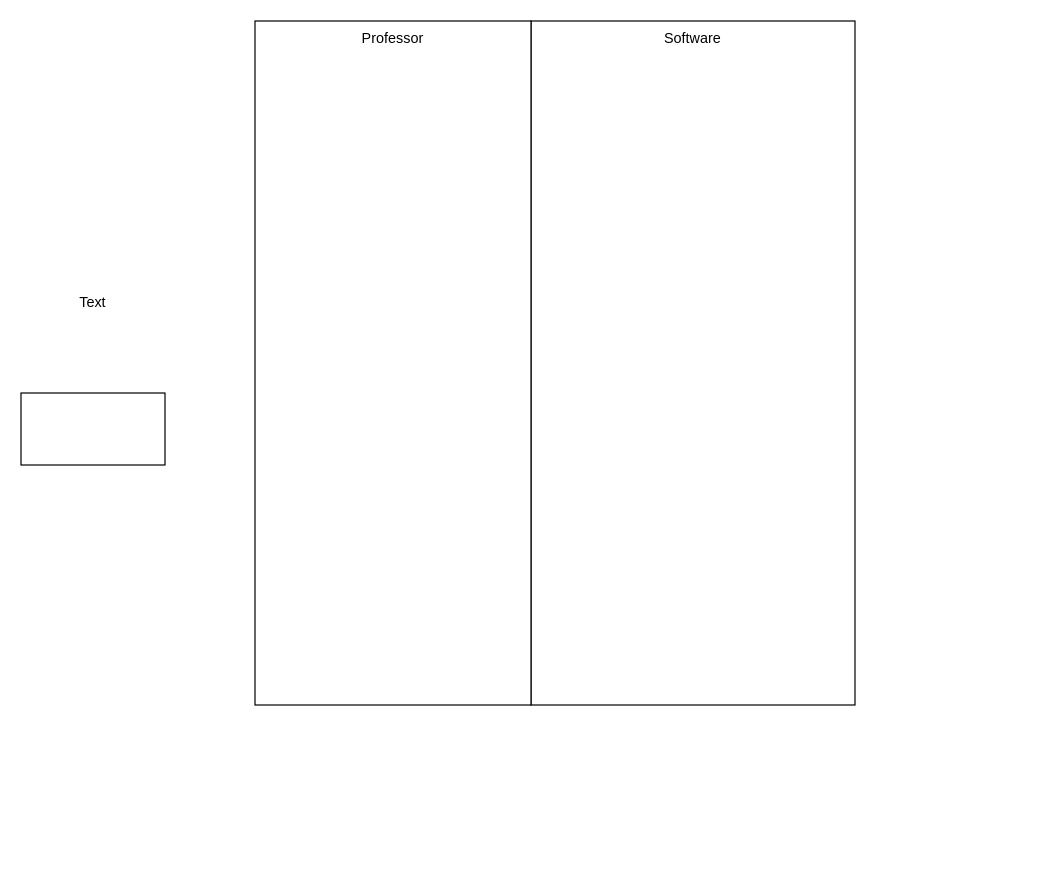
bruniculos08/AMS0001 keeps this draw.io diagram as Questão 01 - P2.drawio. Above is the earlier version. Source tidied: cells renumbered, new cells numbered last; positions are measured from the earlier drawing's top-left corner, leaving out a move shared by most shapes. Both pictures are drawn from the tidied source at 120%, with x=0, y=0 at pixel (20, 20).
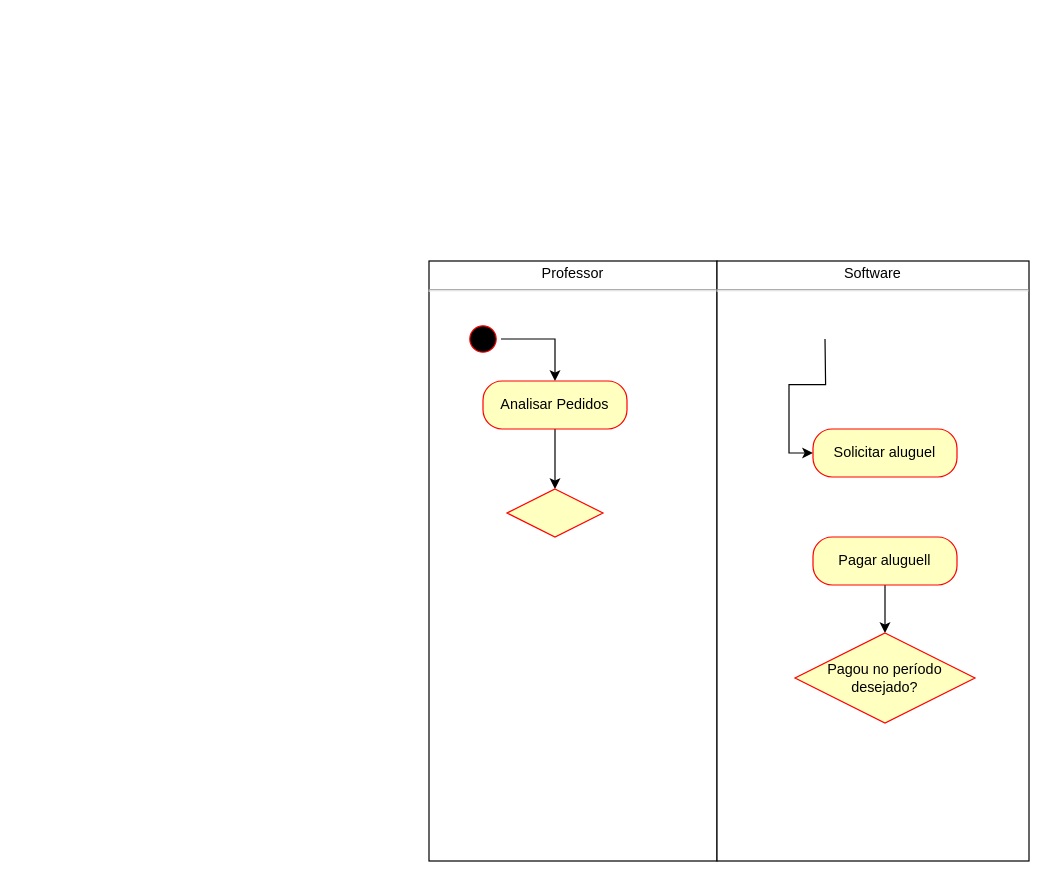
Above is the later version.

The edit, as a diff of the source:
```diff
@@
 <mxGraphModel>
   <root>
     <mxCell id="0" />
     <mxCell id="1" parent="0" />
-    <mxCell id="2" style="rounded=0;whiteSpace=wrap;html=1;" parent="1" vertex="1">
-      <mxGeometry y="310" width="120" height="60" as="geometry" />
-    </mxCell>
-    <mxCell id="3" style="rounded=0;whiteSpace=wrap;html=1;" parent="1" vertex="1">
-      <mxGeometry x="425" width="270" height="570" as="geometry" />
-    </mxCell>
-    <mxCell id="4" style="rounded=0;whiteSpace=wrap;html=1;" parent="1" vertex="1">
-      <mxGeometry x="195" width="230" height="570" as="geometry" />
-    </mxCell>
-    <mxCell id="5" value="Text" style="text;html=1;strokeColor=none;fillColor=none;align=center;verticalAlign=middle;whiteSpace=wrap;rounded=0;" parent="1" vertex="1">
-      <mxGeometry x="30" y="220" width="60" height="30" as="geometry" />
-    </mxCell>
-    <mxCell id="6" value="Professor" style="text;html=1;strokeColor=none;fillColor=none;align=center;verticalAlign=middle;whiteSpace=wrap;rounded=0;" parent="1" vertex="1">
-      <mxGeometry x="280" width="60" height="30" as="geometry" />
+    <mxCell id="6" value="&lt;p style=&quot;margin: 4px 0px 0px ; text-align: center&quot;&gt;Professor&lt;/p&gt;&lt;hr&gt;&lt;p style=&quot;margin: 0px ; margin-left: 8px&quot;&gt;&lt;br&gt;&lt;/p&gt;" style="verticalAlign=top;align=left;overflow=fill;fontSize=12;fontFamily=Helvetica;html=1;" parent="1" vertex="1">
+      <mxGeometry x="340" y="200" width="240" height="500" as="geometry" />
     </mxCell>
-    <mxCell id="7" value="Software" style="text;html=1;strokeColor=none;fillColor=none;align=center;verticalAlign=middle;whiteSpace=wrap;rounded=0;" parent="1" vertex="1">
-      <mxGeometry x="530" width="60" height="30" as="geometry" />
+    <mxCell id="7" value="&lt;p style=&quot;margin: 4px 0px 0px ; text-align: center&quot;&gt;Software&lt;/p&gt;&lt;hr&gt;&lt;p style=&quot;margin: 0px ; margin-left: 8px&quot;&gt;&lt;br&gt;&lt;/p&gt;" style="verticalAlign=top;align=left;overflow=fill;fontSize=12;fontFamily=Helvetica;html=1;" parent="1" vertex="1">
+      <mxGeometry x="580" y="200" width="260" height="500" as="geometry" />
     </mxCell>
+    <mxCell id="8" style="edgeStyle=orthogonalEdgeStyle;rounded=0;jettySize=auto;html=1;entryX=0;entryY=0.5;entryDx=0;entryDy=0;" parent="1" edge="1" target="11">
+      <mxGeometry relative="1" as="geometry">
+        <mxPoint x="670" y="265" as="sourcePoint" />
+      </mxGeometry>
+    </mxCell>
+    <mxCell id="9" style="edgeStyle=orthogonalEdgeStyle;rounded=0;jettySize=auto;html=1;exitX=1;exitY=0.5;exitDx=0;exitDy=0;entryX=0.5;entryY=0;entryDx=0;entryDy=0;" parent="1" edge="1" source="10" target="13">
+      <mxGeometry relative="1" as="geometry" />
+    </mxCell>
+    <mxCell id="10" style="ellipse;html=1;shape=startState;fillColor=#000000;strokeColor=#ff0000;" parent="1" vertex="1">
+      <mxGeometry x="370" y="250" width="30" height="30" as="geometry" />
+    </mxCell>
+    <mxCell id="11" value="Solicitar aluguel" style="rounded=1;whiteSpace=wrap;html=1;arcSize=40;fontColor=#000000;fillColor=#ffffc0;strokeColor=#ff0000;" parent="1" vertex="1">
+      <mxGeometry x="660" y="340" width="120" height="40" as="geometry" />
+    </mxCell>
+    <mxCell id="12" style="edgeStyle=orthogonalEdgeStyle;rounded=0;jettySize=auto;html=1;" parent="1" edge="1" source="13" target="14">
+      <mxGeometry relative="1" as="geometry" />
+    </mxCell>
+    <mxCell id="13" value="Analisar Pedidos" style="rounded=1;whiteSpace=wrap;html=1;arcSize=40;fontColor=#000000;fillColor=#ffffc0;strokeColor=#ff0000;" parent="1" vertex="1">
+      <mxGeometry x="385" y="300" width="120" height="40" as="geometry" />
+    </mxCell>
+    <mxCell id="14" style="rhombus;whiteSpace=wrap;html=1;fillColor=#ffffc0;strokeColor=#ff0000;" parent="1" vertex="1">
+      <mxGeometry x="405" y="390" width="80" height="40" as="geometry" />
+    </mxCell>
+    <mxCell id="15" style="edgeStyle=orthogonalEdgeStyle;rounded=0;jettySize=auto;html=1;exitX=0.5;exitY=1;exitDx=0;exitDy=0;entryX=0.5;entryY=0;entryDx=0;entryDy=0;" parent="1" edge="1" source="16" target="17">
+      <mxGeometry relative="1" as="geometry" />
+    </mxCell>
+    <mxCell id="16" value="Pagar aluguell" style="rounded=1;whiteSpace=wrap;html=1;arcSize=40;fontColor=#000000;fillColor=#ffffc0;strokeColor=#ff0000;" parent="1" vertex="1">
+      <mxGeometry x="660" y="430" width="120" height="40" as="geometry" />
+    </mxCell>
+    <mxCell id="17" value="Pagou no período desejado?" style="rhombus;whiteSpace=wrap;html=1;fillColor=#ffffc0;strokeColor=#ff0000;" parent="1" vertex="1">
+      <mxGeometry x="645" y="510" width="150" height="75" as="geometry" />
+    </mxCell>
   </root>
 </mxGraphModel>
```
